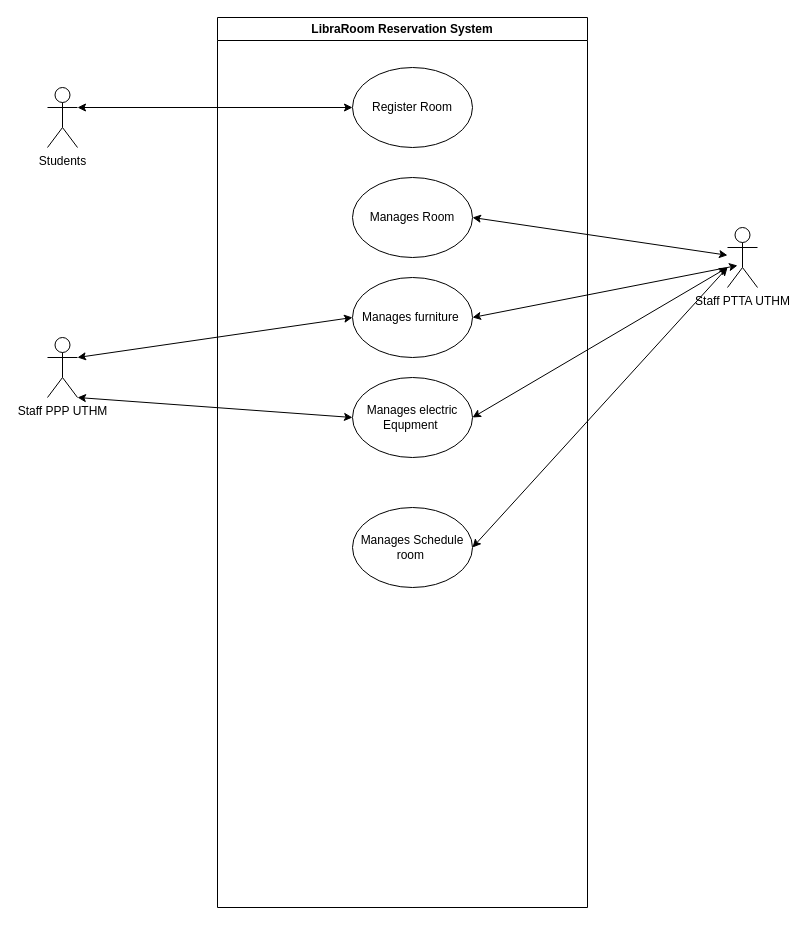
This is re.drawio from SNFASA/Hikmah-and-Ekplorasi-Room-Reservation-System, a draw.io file, before an edit. Source tidied: cells renumbered, new cells numbered last; positions are measured from the earlier drawing's top-left corner, leaving out a move shared by most shapes. Both pictures are drawn from the tidied source at 100%, with x=0, y=0 at pixel (47, 17).
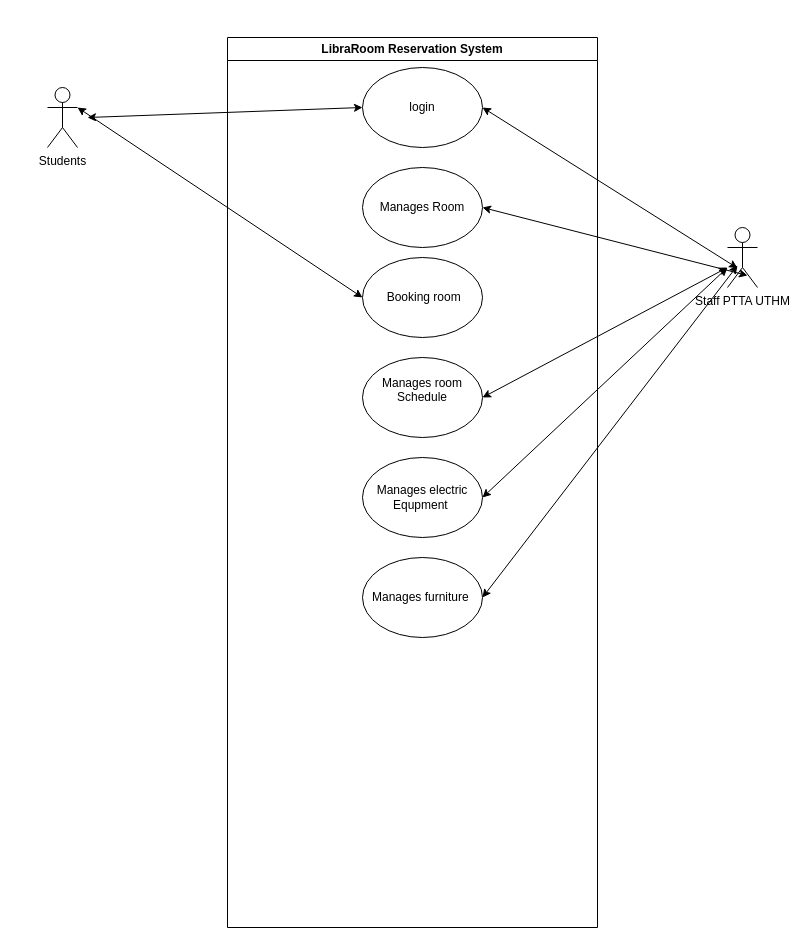
The same diagram, later.

Commit message:
new use case

Change to the diagram source:
```diff
@@
-    <mxCell id="2" value="LibraRoom Reservation System" style="swimlane;whiteSpace=wrap;html=1;" parent="1" vertex="1">
-      <mxGeometry x="170" width="370" height="890" as="geometry" />
+    <mxCell id="2" value="LibraRoom Reservation System" style="swimlane;whiteSpace=wrap;html=1;rounded=0;" parent="1" vertex="1">
+      <mxGeometry x="180" y="20" width="370" height="890" as="geometry" />
     </mxCell>
-    <mxCell id="3" value="Register Room" style="ellipse;whiteSpace=wrap;html=1;" parent="2" vertex="1">
-      <mxGeometry x="135" y="50" width="120" height="80" as="geometry" />
+    <mxCell id="3" value="&amp;nbsp;Booking room" style="ellipse;whiteSpace=wrap;html=1;rounded=0;" parent="2" vertex="1">
+      <mxGeometry x="135" y="220" width="120" height="80" as="geometry" />
     </mxCell>
-    <mxCell id="4" value="Manages Room" style="ellipse;whiteSpace=wrap;html=1;" parent="2" vertex="1">
-      <mxGeometry x="135" y="160" width="120" height="80" as="geometry" />
+    <mxCell id="4" value="Manages Room" style="ellipse;whiteSpace=wrap;html=1;rounded=0;" parent="2" vertex="1">
+      <mxGeometry x="135" y="130" width="120" height="80" as="geometry" />
     </mxCell>
-    <mxCell id="5" value="Manages furniture&amp;nbsp;" style="ellipse;whiteSpace=wrap;html=1;" parent="2" vertex="1">
-      <mxGeometry x="135" y="260" width="120" height="80" as="geometry" />
+    <mxCell id="5" value="Manages furniture&amp;nbsp;" style="ellipse;whiteSpace=wrap;html=1;rounded=0;" parent="2" vertex="1">
+      <mxGeometry x="135" y="520" width="120" height="80" as="geometry" />
     </mxCell>
-    <mxCell id="6" value="Manages electric Equpment&amp;nbsp;" style="ellipse;whiteSpace=wrap;html=1;" parent="2" vertex="1">
-      <mxGeometry x="135" y="360" width="120" height="80" as="geometry" />
+    <mxCell id="6" value="Manages electric Equpment&amp;nbsp;" style="ellipse;whiteSpace=wrap;html=1;rounded=0;" parent="2" vertex="1">
+      <mxGeometry x="135" y="420" width="120" height="80" as="geometry" />
     </mxCell>
-    <mxCell id="7" value="Manages Schedule&lt;div&gt;room&amp;nbsp;&lt;/div&gt;" style="ellipse;whiteSpace=wrap;html=1;" parent="2" vertex="1">
-      <mxGeometry x="135" y="490" width="120" height="80" as="geometry" />
+    <mxCell id="7" value="Manages room Schedule&lt;div&gt;&lt;br&gt;&lt;/div&gt;" style="ellipse;whiteSpace=wrap;html=1;rounded=0;" parent="2" vertex="1">
+      <mxGeometry x="135" y="320" width="120" height="80" as="geometry" />
     </mxCell>
-    <mxCell id="8" style="endArrow=classic;startArrow=classic;html=1;rounded=0;exitX=1;exitY=1;exitDx=0;exitDy=0;exitPerimeter=0;" parent="2" edge="1" target="11">
-      <mxGeometry relative="1" as="geometry">
-        <mxPoint x="255" y="200" as="sourcePoint" />
-      </mxGeometry>
-    </mxCell>
+    <mxCell id="18" value="login" style="ellipse;whiteSpace=wrap;html=1;rounded=0;" parent="2" vertex="1">
+      <mxGeometry x="135" y="30" width="120" height="80" as="geometry" />
+    </mxCell>
-    <mxCell id="9" value="Students" style="shape=umlActor;verticalLabelPosition=bottom;verticalAlign=top;html=1;" parent="1" vertex="1">
+    <mxCell id="9" value="Students" style="shape=umlActor;verticalLabelPosition=bottom;verticalAlign=top;html=1;rounded=0;" parent="1" vertex="1">
       <mxGeometry y="70" width="30" height="60" as="geometry" />
     </mxCell>
-    <mxCell id="10" value="Staff PPP UTHM" style="shape=umlActor;verticalLabelPosition=bottom;verticalAlign=top;html=1;outlineConnect=0;" parent="1" vertex="1">
-      <mxGeometry y="320" width="30" height="60" as="geometry" />
-    </mxCell>
-    <mxCell id="11" value="Staff PTTA UTHM" style="shape=umlActor;verticalLabelPosition=bottom;verticalAlign=top;html=1;outlineConnect=0;" parent="1" vertex="1">
+    <mxCell id="11" value="Staff PTTA UTHM" style="shape=umlActor;verticalLabelPosition=bottom;verticalAlign=top;html=1;outlineConnect=0;rounded=0;" parent="1" vertex="1">
       <mxGeometry x="680" y="210" width="30" height="60" as="geometry" />
     </mxCell>
@@
-    <mxCell id="13" style="endArrow=classic;startArrow=classic;html=1;rounded=0;entryX=0;entryY=0.5;entryDx=0;entryDy=0;exitX=1;exitY=0.3333333333333333;exitDx=0;exitDy=0;exitPerimeter=0;" parent="1" edge="1" source="10" target="5">
-      <mxGeometry relative="1" as="geometry" />
-    </mxCell>
-    <mxCell id="14" style="endArrow=classic;startArrow=classic;html=1;rounded=0;entryX=0;entryY=0.5;entryDx=0;entryDy=0;exitX=1;exitY=1;exitDx=0;exitDy=0;exitPerimeter=0;" parent="1" edge="1" source="10" target="6">
-      <mxGeometry relative="1" as="geometry" />
-    </mxCell>
@@
+    <mxCell id="19" style="endArrow=classic;startArrow=classic;html=1;rounded=0;exitX=1;exitY=0.5;exitDx=0;exitDy=0;" parent="1" edge="1" source="18">
+      <mxGeometry relative="1" as="geometry">
+        <mxPoint x="690" y="250.6" as="targetPoint" />
+      </mxGeometry>
+    </mxCell>
+    <mxCell id="20" style="endArrow=classic;startArrow=classic;html=1;rounded=0;entryX=0;entryY=0.5;entryDx=0;entryDy=0;" parent="1" edge="1" target="18">
+      <mxGeometry relative="1" as="geometry">
+        <mxPoint x="40" y="100" as="sourcePoint" />
+      </mxGeometry>
+    </mxCell>
+    <mxCell id="21" style="endArrow=classic;startArrow=classic;html=1;rounded=0;exitX=1;exitY=0.5;exitDx=0;exitDy=0;" parent="1" edge="1" source="4">
+      <mxGeometry relative="1" as="geometry">
+        <mxPoint x="700" y="258" as="targetPoint" />
+      </mxGeometry>
+    </mxCell>
+    <mxCell id="22" value="&amp;nbsp;" style="text;html=1;strokeColor=none;fillColor=none;align=center;verticalAlign=middle;whiteSpace=wrap;rounded=0;" parent="1" vertex="1">
+      <mxGeometry x="70" y="220" width="60" height="30" as="geometry" />
+    </mxCell>
```
